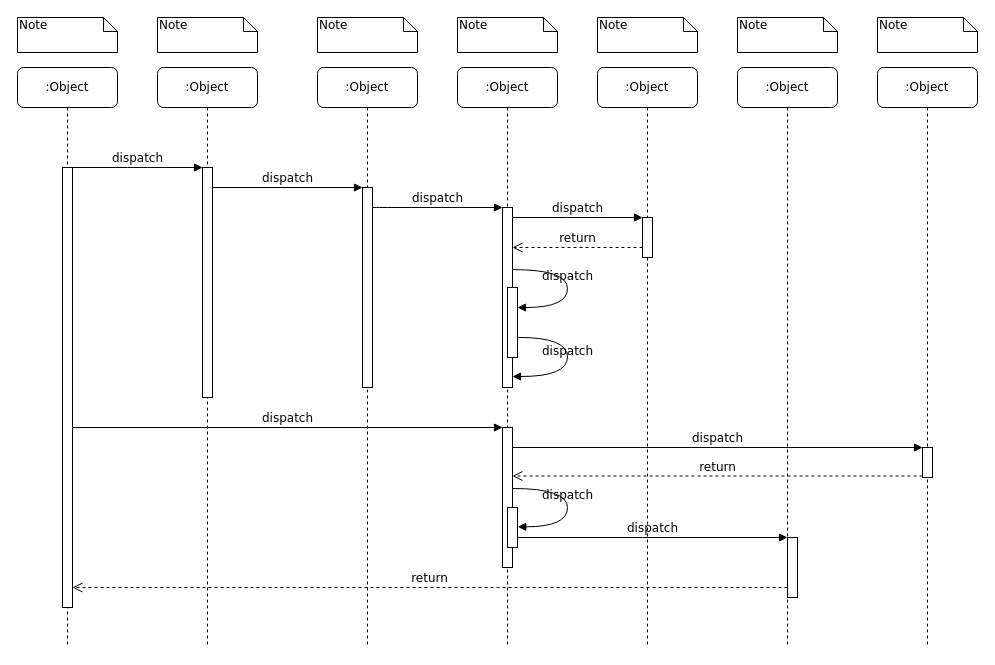
Before: diagramme_dinteraction.drawio in NHatim/aca, a draw.io diagram. Source tidied: cells renumbered, new cells numbered last; positions are measured from the earlier drawing's top-left corner, leaving out a move shared by most shapes. Both pictures are drawn from the tidied source at 100%, with x=0, y=0 at pixel (17, 17).
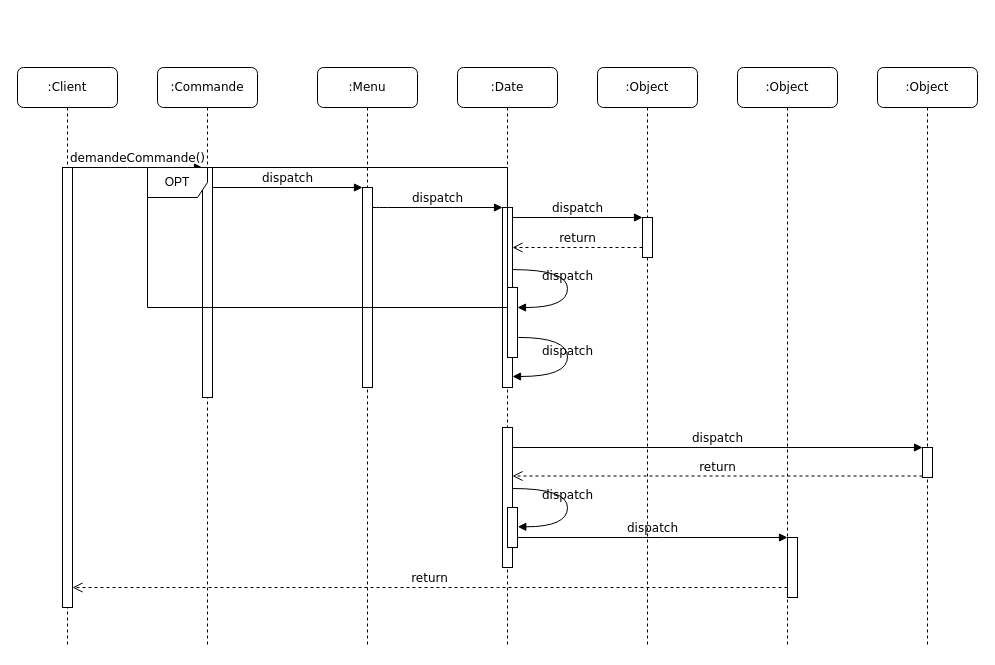
Above is the later version.

The change refers to these unchanged cells:
```xml
<mxCell id="3" style="html=1;points=[];perimeter=orthogonalPerimeter;rounded=0;shadow=0;comic=0;labelBackgroundColor=none;strokeWidth=1;fontFamily=Verdana;fontSize=12;align=center;" parent="2" vertex="1">
  <mxGeometry x="45" y="100" width="10" height="230" as="geometry" />
</mxCell>
<mxCell id="11" style="html=1;points=[];perimeter=orthogonalPerimeter;rounded=0;shadow=0;comic=0;labelBackgroundColor=none;strokeWidth=1;fontFamily=Verdana;fontSize=12;align=center;" parent="10" vertex="1">
  <mxGeometry x="45" y="100" width="10" height="440" as="geometry" />
</mxCell>
<mxCell id="17" style="html=1;points=[];perimeter=orthogonalPerimeter;rounded=0;shadow=0;comic=0;labelBackgroundColor=none;strokeWidth=1;fontFamily=Verdana;fontSize=12;align=center;" parent="1" vertex="1">
  <mxGeometry x="485" y="410" width="10" height="140" as="geometry" />
</mxCell>
```

Diff of the diagram source:
```diff
@@
-    <mxCell id="2" value=":Object" style="shape=umlLifeline;perimeter=lifelinePerimeter;whiteSpace=wrap;html=1;rounded=1;shadow=0;comic=0;labelBackgroundColor=none;strokeWidth=1;fontFamily=Verdana;fontSize=12;align=center;" parent="1" vertex="1">
+    <mxCell id="2" value=":Commande" style="shape=umlLifeline;perimeter=lifelinePerimeter;whiteSpace=wrap;html=1;rounded=1;shadow=0;comic=0;labelBackgroundColor=none;strokeWidth=1;fontFamily=Verdana;fontSize=12;align=center;" parent="1" vertex="1">
       <mxGeometry x="140" y="50" width="100" height="580" as="geometry" />
     </mxCell>
@@
-    <mxCell id="4" value=":Object" style="shape=umlLifeline;perimeter=lifelinePerimeter;whiteSpace=wrap;html=1;rounded=1;shadow=0;comic=0;labelBackgroundColor=none;strokeWidth=1;fontFamily=Verdana;fontSize=12;align=center;" parent="1" vertex="1">
+    <mxCell id="4" value=":Menu" style="shape=umlLifeline;perimeter=lifelinePerimeter;whiteSpace=wrap;html=1;rounded=1;shadow=0;comic=0;labelBackgroundColor=none;strokeWidth=1;fontFamily=Verdana;fontSize=12;align=center;" parent="1" vertex="1">
       <mxGeometry x="300" y="50" width="100" height="580" as="geometry" />
     </mxCell>
@@
-    <mxCell id="6" value=":Object" style="shape=umlLifeline;perimeter=lifelinePerimeter;whiteSpace=wrap;html=1;rounded=1;shadow=0;comic=0;labelBackgroundColor=none;strokeWidth=1;fontFamily=Verdana;fontSize=12;align=center;" parent="1" vertex="1">
+    <mxCell id="6" value=":Date" style="shape=umlLifeline;perimeter=lifelinePerimeter;whiteSpace=wrap;html=1;rounded=1;shadow=0;comic=0;labelBackgroundColor=none;strokeWidth=1;fontFamily=Verdana;fontSize=12;align=center;" parent="1" vertex="1">
       <mxGeometry x="440" y="50" width="100" height="580" as="geometry" />
     </mxCell>
@@
-    <mxCell id="10" value=":Object" style="shape=umlLifeline;perimeter=lifelinePerimeter;whiteSpace=wrap;html=1;rounded=1;shadow=0;comic=0;labelBackgroundColor=none;strokeWidth=1;fontFamily=Verdana;fontSize=12;align=center;" parent="1" vertex="1">
+    <mxCell id="10" value=":Client" style="shape=umlLifeline;perimeter=lifelinePerimeter;whiteSpace=wrap;html=1;rounded=1;shadow=0;comic=0;labelBackgroundColor=none;strokeWidth=1;fontFamily=Verdana;fontSize=12;align=center;" parent="1" vertex="1">
       <mxGeometry y="50" width="100" height="580" as="geometry" />
     </mxCell>
@@
-    <mxCell id="18" value="dispatch" style="html=1;verticalAlign=bottom;endArrow=block;entryX=0;entryY=0;labelBackgroundColor=none;fontFamily=Verdana;fontSize=12;" parent="1" edge="1" source="11" target="17">
-      <mxGeometry relative="1" as="geometry" />
-    </mxCell>
@@
-    <mxCell id="25" value="dispatch" style="html=1;verticalAlign=bottom;endArrow=block;entryX=0;entryY=0;labelBackgroundColor=none;fontFamily=Verdana;fontSize=12;edgeStyle=elbowEdgeStyle;elbow=vertical;" parent="1" edge="1" source="11" target="3">
+    <mxCell id="25" value="demandeCommande()" style="html=1;verticalAlign=bottom;endArrow=block;entryX=0;entryY=0;labelBackgroundColor=none;fontFamily=Verdana;fontSize=12;edgeStyle=elbowEdgeStyle;elbow=vertical;" parent="1" edge="1" source="11" target="3">
       <mxGeometry relative="1" as="geometry" />
     </mxCell>
@@
-    <mxCell id="32" value="Note" style="shape=note;whiteSpace=wrap;html=1;size=14;verticalAlign=top;align=left;spacingTop=-6;rounded=0;shadow=0;comic=0;labelBackgroundColor=none;strokeWidth=1;fontFamily=Verdana;fontSize=12;" parent="1" vertex="1">
-      <mxGeometry width="100" height="35" as="geometry" />
-    </mxCell>
-    <mxCell id="33" value="Note" style="shape=note;whiteSpace=wrap;html=1;size=14;verticalAlign=top;align=left;spacingTop=-6;rounded=0;shadow=0;comic=0;labelBackgroundColor=none;strokeWidth=1;fontFamily=Verdana;fontSize=12;" parent="1" vertex="1">
-      <mxGeometry x="140" width="100" height="35" as="geometry" />
-    </mxCell>
-    <mxCell id="34" value="Note" style="shape=note;whiteSpace=wrap;html=1;size=14;verticalAlign=top;align=left;spacingTop=-6;rounded=0;shadow=0;comic=0;labelBackgroundColor=none;strokeWidth=1;fontFamily=Verdana;fontSize=12;" parent="1" vertex="1">
-      <mxGeometry x="300" width="100" height="35" as="geometry" />
-    </mxCell>
-    <mxCell id="35" value="Note" style="shape=note;whiteSpace=wrap;html=1;size=14;verticalAlign=top;align=left;spacingTop=-6;rounded=0;shadow=0;comic=0;labelBackgroundColor=none;strokeWidth=1;fontFamily=Verdana;fontSize=12;" parent="1" vertex="1">
-      <mxGeometry x="440" width="100" height="35" as="geometry" />
-    </mxCell>
-    <mxCell id="36" value="Note" style="shape=note;whiteSpace=wrap;html=1;size=14;verticalAlign=top;align=left;spacingTop=-6;rounded=0;shadow=0;comic=0;labelBackgroundColor=none;strokeWidth=1;fontFamily=Verdana;fontSize=12;" parent="1" vertex="1">
-      <mxGeometry x="580" width="100" height="35" as="geometry" />
-    </mxCell>
-    <mxCell id="37" value="Note" style="shape=note;whiteSpace=wrap;html=1;size=14;verticalAlign=top;align=left;spacingTop=-6;rounded=0;shadow=0;comic=0;labelBackgroundColor=none;strokeWidth=1;fontFamily=Verdana;fontSize=12;" parent="1" vertex="1">
-      <mxGeometry x="720" width="100" height="35" as="geometry" />
-    </mxCell>
-    <mxCell id="38" value="Note" style="shape=note;whiteSpace=wrap;html=1;size=14;verticalAlign=top;align=left;spacingTop=-6;rounded=0;shadow=0;comic=0;labelBackgroundColor=none;strokeWidth=1;fontFamily=Verdana;fontSize=12;" parent="1" vertex="1">
-      <mxGeometry x="860" width="100" height="35" as="geometry" />
-    </mxCell>
+    <mxCell id="39" value="OPT" style="shape=umlFrame;whiteSpace=wrap;html=1;" parent="1" vertex="1">
+      <mxGeometry x="130" y="150" width="360" height="140" as="geometry" />
+    </mxCell>
```
